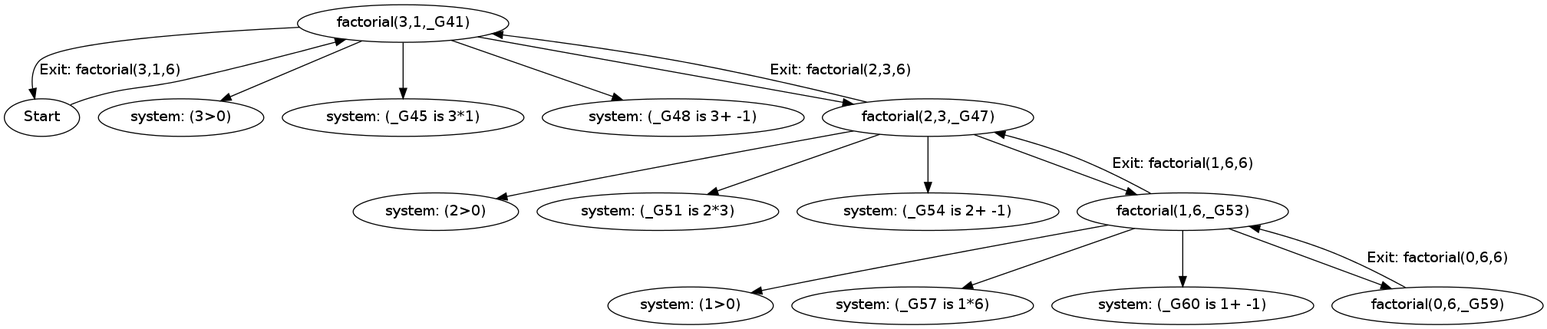
This is examples/factorial.png from ljcoomber/prolog-dot-trace, a Graphviz export, as it was before one commit. Its source is kept beside it as examples/factorial.dot.
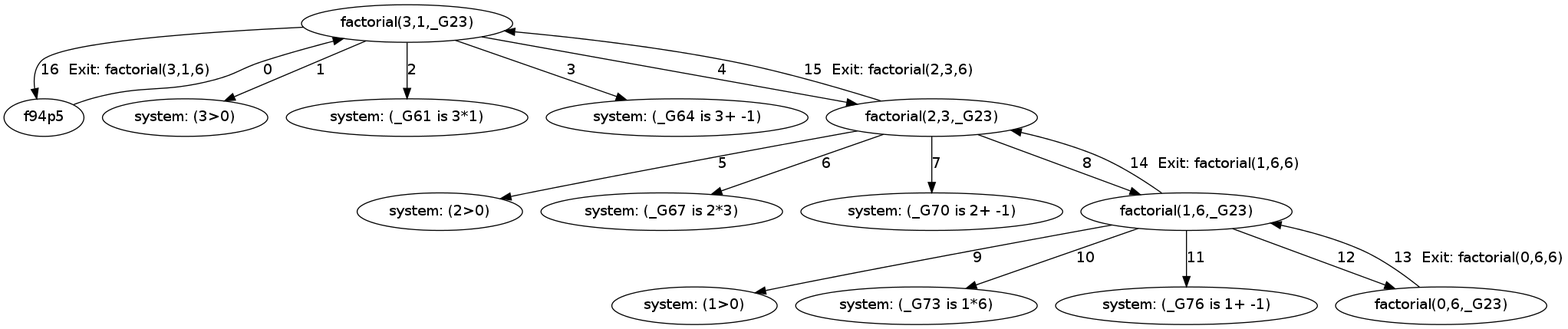
The same diagram one commit later.

What changed in the source:
```diff
@@ -1,33 +1,32 @@
 digraph prologTrace {
-    f83l4p15 [label="factorial(3,1,_G41)"];
-    f74l3p41 -> f83l4p15;
-    f104l5p6 [label="system: (3>0)"];
-    f83l4p15 -> f104l5p6;
-    f104l5p17 [label="system: (_G45 is 3*1)"];
-    f83l4p15 -> f104l5p17;
-    f104l5p21 [label="system: (_G48 is 3+ -1)"];
-    f83l4p15 -> f104l5p21;
-    f104l5p28 [label="factorial(2,3,_G47)"];
-    f83l4p15 -> f104l5p28;
-    f125l6p6 [label="system: (2>0)"];
-    f104l5p28 -> f125l6p6;
-    f125l6p17 [label="system: (_G51 is 2*3)"];
-    f104l5p28 -> f125l6p17;
-    f125l6p21 [label="system: (_G54 is 2+ -1)"];
-    f104l5p28 -> f125l6p21;
-    f125l6p28 [label="factorial(1,6,_G53)"];
-    f104l5p28 -> f125l6p28;
-    f146l7p6 [label="system: (1>0)"];
-    f125l6p28 -> f146l7p6;
-    f146l7p17 [label="system: (_G57 is 1*6)"];
-    f125l6p28 -> f146l7p17;
-    f146l7p21 [label="system: (_G60 is 1+ -1)"];
-    f125l6p28 -> f146l7p21;
-    f146l7p28 [label="factorial(0,6,_G59)"];
-    f125l6p28 -> f146l7p28;
-    f146l7p28 -> f125l6p28 [label="Exit: factorial(0,6,6)"];
-    f125l6p28 -> f104l5p28 [label="Exit: factorial(1,6,6)"];
-    f104l5p28 -> f83l4p15 [label="Exit: factorial(2,3,6)"];
-    f83l4p15 -> f74l3p41 [label="Exit: factorial(3,1,6)"];
-    f74l3p41 [label="Start"];
+    "f105p20" [label="factorial(3,1,_G23)"];
+    "f94p5" -> "f105p20" [label="0"];
+    "f126p6" [label="system: (3>0)"];
+    "f105p20" -> "f126p6" [label="1"];
+    "f126p17" [label="system: (_G61 is 3*1)"];
+    "f105p20" -> "f126p17" [label="2"];
+    "f126p21" [label="system: (_G64 is 3+ -1)"];
+    "f105p20" -> "f126p21" [label="3"];
+    "f126p28" [label="factorial(2,3,_G23)"];
+    "f105p20" -> "f126p28" [label="4"];
+    "f147p6" [label="system: (2>0)"];
+    "f126p28" -> "f147p6" [label="5"];
+    "f147p17" [label="system: (_G67 is 2*3)"];
+    "f126p28" -> "f147p17" [label="6"];
+    "f147p21" [label="system: (_G70 is 2+ -1)"];
+    "f126p28" -> "f147p21" [label="7"];
+    "f147p28" [label="factorial(1,6,_G23)"];
+    "f126p28" -> "f147p28" [label="8"];
+    "f168p6" [label="system: (1>0)"];
+    "f147p28" -> "f168p6" [label="9"];
+    "f168p17" [label="system: (_G73 is 1*6)"];
+    "f147p28" -> "f168p17" [label="10"];
+    "f168p21" [label="system: (_G76 is 1+ -1)"];
+    "f147p28" -> "f168p21" [label="11"];
+    "f168p28" [label="factorial(0,6,_G23)"];
+    "f147p28" -> "f168p28" [label="12"];
+    "f168p28" -> "f147p28" [label="13  Exit: factorial(0,6,6)"];
+    "f147p28" -> "f126p28" [label="14  Exit: factorial(1,6,6)"];
+    "f126p28" -> "f105p20" [label="15  Exit: factorial(2,3,6)"];
+    "f105p20" -> "f94p5" [label="16  Exit: factorial(3,1,6)"];
 }
```
